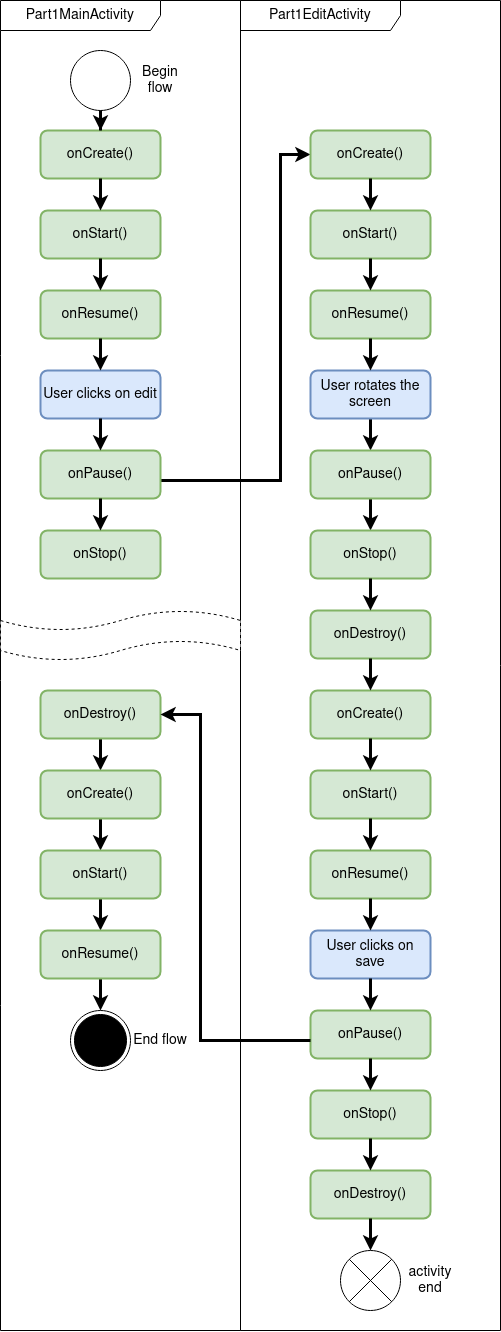
Earlier version of the draw.io export figures/diagram2_part1.png (DrC0okie/HEIG_DAA_Labo2). Source tidied: cells renumbered, new cells last; positions are measured from the earlier drawing's top-left corner, leaving out a move shared by most shapes. The source it was exported from:
```xml
<mxGraphModel>
  <root>
    <mxCell id="0" />
    <mxCell id="1" parent="0" />
    <mxCell id="2" style="edgeStyle=orthogonalEdgeStyle;rounded=0;jettySize=auto;html=1;fontSize=14;strokeWidth=3;entryX=0;entryY=0.5;entryDx=0;entryDy=0;" parent="1" edge="1" source="57" target="10">
      <mxGeometry relative="1" as="geometry">
        <Array as="points">
          <mxPoint x="280" y="480" />
          <mxPoint x="280" y="154" />
        </Array>
      </mxGeometry>
    </mxCell>
    <mxCell id="3" value="Part1EditActivity" style="shape=umlFrame;whiteSpace=wrap;html=1;width=160;fontSize=14;" parent="1" vertex="1">
      <mxGeometry x="240" width="260" height="1330" as="geometry" />
    </mxCell>
    <mxCell id="4" style="edgeStyle=orthogonalEdgeStyle;rounded=0;jettySize=auto;html=1;strokeWidth=3;" parent="3" edge="1" source="5" target="7">
      <mxGeometry relative="1" as="geometry" />
    </mxCell>
    <mxCell id="5" value="User rotates the screen" style="rounded=1;whiteSpace=wrap;html=1;absoluteArcSize=1;arcSize=14;strokeWidth=2;fillColor=#dae8fc;strokeColor=#6c8ebf;fontSize=14;" parent="3" vertex="1">
      <mxGeometry x="70" y="370" width="120" height="48" as="geometry" />
    </mxCell>
    <mxCell id="6" style="edgeStyle=orthogonalEdgeStyle;rounded=0;jettySize=auto;html=1;fontSize=11;strokeWidth=3;" parent="3" edge="1" source="7" target="8">
      <mxGeometry relative="1" as="geometry" />
    </mxCell>
    <mxCell id="7" value="onPause()" style="rounded=1;whiteSpace=wrap;html=1;absoluteArcSize=1;arcSize=14;strokeWidth=2;fillColor=#d5e8d4;strokeColor=#82b366;fontSize=14;" parent="3" vertex="1">
      <mxGeometry x="70" y="450" width="120" height="48" as="geometry" />
    </mxCell>
    <mxCell id="8" value="onStop()" style="rounded=1;whiteSpace=wrap;html=1;absoluteArcSize=1;arcSize=14;strokeWidth=2;fillColor=#d5e8d4;strokeColor=#82b366;fontSize=14;" parent="3" vertex="1">
      <mxGeometry x="70" y="530" width="120" height="48" as="geometry" />
    </mxCell>
    <mxCell id="9" value="User clicks on save" style="rounded=1;whiteSpace=wrap;html=1;absoluteArcSize=1;arcSize=14;strokeWidth=2;fillColor=#dae8fc;strokeColor=#6c8ebf;fontSize=14;" parent="3" vertex="1">
      <mxGeometry x="70" y="930" width="120" height="48" as="geometry" />
    </mxCell>
    <mxCell id="10" value="onCreate()" style="rounded=1;whiteSpace=wrap;html=1;absoluteArcSize=1;arcSize=14;strokeWidth=2;fillColor=#d5e8d4;strokeColor=#82b366;fontSize=14;" parent="3" vertex="1">
      <mxGeometry x="70" y="130" width="120" height="48" as="geometry" />
    </mxCell>
    <mxCell id="11" value="onStart()" style="rounded=1;whiteSpace=wrap;html=1;absoluteArcSize=1;arcSize=14;strokeWidth=2;fillColor=#d5e8d4;strokeColor=#82b366;fontSize=14;" parent="3" vertex="1">
      <mxGeometry x="70" y="210" width="120" height="48" as="geometry" />
    </mxCell>
    <mxCell id="12" style="edgeStyle=orthogonalEdgeStyle;rounded=0;jettySize=auto;html=1;entryX=0.5;entryY=0;entryDx=0;entryDy=0;fontSize=14;strokeWidth=3;" parent="3" edge="1" source="10" target="11">
      <mxGeometry relative="1" as="geometry" />
    </mxCell>
    <mxCell id="13" value="onResume()" style="rounded=1;whiteSpace=wrap;html=1;absoluteArcSize=1;arcSize=14;strokeWidth=2;fillColor=#d5e8d4;strokeColor=#82b366;fontSize=14;" parent="3" vertex="1">
      <mxGeometry x="70" y="290" width="120" height="48" as="geometry" />
    </mxCell>
    <mxCell id="14" style="edgeStyle=orthogonalEdgeStyle;rounded=0;jettySize=auto;html=1;entryX=0.5;entryY=0;entryDx=0;entryDy=0;fontSize=14;strokeWidth=3;" parent="3" edge="1" source="11" target="13">
      <mxGeometry relative="1" as="geometry" />
    </mxCell>
    <mxCell id="15" style="edgeStyle=orthogonalEdgeStyle;rounded=0;jettySize=auto;html=1;entryX=0.5;entryY=0;entryDx=0;entryDy=0;fontSize=14;strokeWidth=3;" parent="3" edge="1" source="13" target="5">
      <mxGeometry relative="1" as="geometry" />
    </mxCell>
    <mxCell id="16" value="onDestroy()" style="rounded=1;whiteSpace=wrap;html=1;absoluteArcSize=1;arcSize=14;strokeWidth=2;fillColor=#d5e8d4;strokeColor=#82b366;fontSize=14;" parent="3" vertex="1">
      <mxGeometry x="70" y="610" width="120" height="48" as="geometry" />
    </mxCell>
    <mxCell id="17" style="edgeStyle=orthogonalEdgeStyle;rounded=0;jettySize=auto;html=1;fontSize=11;strokeWidth=3;" parent="3" edge="1" source="8" target="16">
      <mxGeometry relative="1" as="geometry" />
    </mxCell>
    <mxCell id="18" value="onCreate()" style="rounded=1;whiteSpace=wrap;html=1;absoluteArcSize=1;arcSize=14;strokeWidth=2;fillColor=#d5e8d4;strokeColor=#82b366;fontSize=14;" parent="3" vertex="1">
      <mxGeometry x="70" y="690" width="120" height="48" as="geometry" />
    </mxCell>
    <mxCell id="19" style="edgeStyle=orthogonalEdgeStyle;rounded=0;jettySize=auto;html=1;fontSize=11;strokeWidth=3;" parent="3" edge="1" source="16" target="18">
      <mxGeometry relative="1" as="geometry" />
    </mxCell>
    <mxCell id="20" value="onStart()" style="rounded=1;whiteSpace=wrap;html=1;absoluteArcSize=1;arcSize=14;strokeWidth=2;fillColor=#d5e8d4;strokeColor=#82b366;fontSize=14;" parent="3" vertex="1">
      <mxGeometry x="70" y="770" width="120" height="48" as="geometry" />
    </mxCell>
    <mxCell id="21" style="edgeStyle=orthogonalEdgeStyle;rounded=0;jettySize=auto;html=1;entryX=0.5;entryY=0;entryDx=0;entryDy=0;fontSize=14;strokeWidth=3;" parent="3" edge="1" source="18" target="20">
      <mxGeometry relative="1" as="geometry" />
    </mxCell>
    <mxCell id="22" value="onResume()" style="rounded=1;whiteSpace=wrap;html=1;absoluteArcSize=1;arcSize=14;strokeWidth=2;fillColor=#d5e8d4;strokeColor=#82b366;fontSize=14;" parent="3" vertex="1">
      <mxGeometry x="70" y="850" width="120" height="48" as="geometry" />
    </mxCell>
    <mxCell id="23" style="edgeStyle=orthogonalEdgeStyle;rounded=0;jettySize=auto;html=1;entryX=0.5;entryY=0;entryDx=0;entryDy=0;fontSize=14;strokeWidth=3;" parent="3" edge="1" source="20" target="22">
      <mxGeometry relative="1" as="geometry" />
    </mxCell>
    <mxCell id="24" style="edgeStyle=orthogonalEdgeStyle;rounded=0;jettySize=auto;html=1;strokeWidth=3;" parent="3" edge="1" source="22" target="9">
      <mxGeometry relative="1" as="geometry" />
    </mxCell>
    <mxCell id="25" value="onStop()" style="rounded=1;whiteSpace=wrap;html=1;absoluteArcSize=1;arcSize=14;strokeWidth=2;fillColor=#d5e8d4;strokeColor=#82b366;fontSize=14;" parent="3" vertex="1">
      <mxGeometry x="70" y="1090" width="120" height="48" as="geometry" />
    </mxCell>
    <mxCell id="26" value="onDestroy()" style="rounded=1;whiteSpace=wrap;html=1;absoluteArcSize=1;arcSize=14;strokeWidth=2;fillColor=#d5e8d4;strokeColor=#82b366;fontSize=14;" parent="3" vertex="1">
      <mxGeometry x="70" y="1170" width="120" height="48" as="geometry" />
    </mxCell>
    <mxCell id="27" style="edgeStyle=orthogonalEdgeStyle;rounded=0;jettySize=auto;html=1;entryX=0.5;entryY=0;entryDx=0;entryDy=0;fontSize=14;strokeWidth=3;" parent="3" edge="1" source="25" target="26">
      <mxGeometry relative="1" as="geometry" />
    </mxCell>
    <mxCell id="28" style="shape=sumEllipse;perimeter=ellipsePerimeter;html=1;backgroundOutline=1;fontSize=14;" parent="3" vertex="1">
      <mxGeometry x="100" y="1250" width="60" height="60" as="geometry" />
    </mxCell>
    <mxCell id="29" style="edgeStyle=orthogonalEdgeStyle;rounded=0;jettySize=auto;html=1;entryX=0.5;entryY=0;entryDx=0;entryDy=0;fontSize=14;strokeWidth=3;" parent="3" edge="1" source="26" target="28">
      <mxGeometry relative="1" as="geometry" />
    </mxCell>
    <mxCell id="30" value="activity end" style="text;strokeColor=none;align=center;fillColor=none;html=1;verticalAlign=middle;whiteSpace=wrap;rounded=0;fontSize=14;" parent="3" vertex="1">
      <mxGeometry x="160" y="1265" width="60" height="30" as="geometry" />
    </mxCell>
    <mxCell id="31" value="onPause()" style="rounded=1;whiteSpace=wrap;html=1;absoluteArcSize=1;arcSize=14;strokeWidth=2;fillColor=#d5e8d4;strokeColor=#82b366;fontSize=14;" parent="3" vertex="1">
      <mxGeometry x="70" y="1010" width="120" height="48" as="geometry" />
    </mxCell>
    <mxCell id="32" style="edgeStyle=orthogonalEdgeStyle;rounded=0;jettySize=auto;html=1;strokeWidth=3;" parent="3" edge="1" source="31" target="25">
      <mxGeometry relative="1" as="geometry" />
    </mxCell>
    <mxCell id="33" style="edgeStyle=orthogonalEdgeStyle;rounded=0;jettySize=auto;html=1;strokeWidth=3;" parent="3" edge="1" source="9" target="31">
      <mxGeometry relative="1" as="geometry" />
    </mxCell>
    <mxCell id="34" value="Part1MainActivity" style="shape=umlFrame;whiteSpace=wrap;html=1;width=160;fontSize=14;" parent="1" vertex="1">
      <mxGeometry width="240" height="1330" as="geometry" />
    </mxCell>
    <mxCell id="35" style="ellipse;fontSize=14;" parent="34" vertex="1">
      <mxGeometry x="70" y="50" width="60" height="60" as="geometry" />
    </mxCell>
    <mxCell id="36" value="Begin flow" style="text;strokeColor=none;align=center;fillColor=none;html=1;verticalAlign=middle;whiteSpace=wrap;rounded=0;fontSize=14;" parent="34" vertex="1">
      <mxGeometry x="130" y="65" width="60" height="30" as="geometry" />
    </mxCell>
    <mxCell id="37" value="onStop()" style="rounded=1;whiteSpace=wrap;html=1;absoluteArcSize=1;arcSize=14;strokeWidth=2;fillColor=#d5e8d4;strokeColor=#82b366;fontSize=14;" parent="34" vertex="1">
      <mxGeometry x="40" y="530" width="120" height="48" as="geometry" />
    </mxCell>
    <mxCell id="38" style="edgeStyle=orthogonalEdgeStyle;rounded=0;jettySize=auto;html=1;fontSize=11;strokeWidth=3;" parent="34" edge="1" source="39" target="41">
      <mxGeometry relative="1" as="geometry" />
    </mxCell>
    <mxCell id="39" value="onDestroy()" style="rounded=1;whiteSpace=wrap;html=1;absoluteArcSize=1;arcSize=14;strokeWidth=2;fillColor=#d5e8d4;strokeColor=#82b366;fontSize=14;" parent="34" vertex="1">
      <mxGeometry x="40" y="690" width="120" height="48" as="geometry" />
    </mxCell>
    <mxCell id="40" style="edgeStyle=orthogonalEdgeStyle;rounded=0;jettySize=auto;html=1;entryX=0.5;entryY=0;entryDx=0;entryDy=0;fontSize=14;strokeWidth=3;" parent="34" edge="1" source="41" target="43">
      <mxGeometry relative="1" as="geometry" />
    </mxCell>
    <mxCell id="41" value="onCreate()" style="rounded=1;whiteSpace=wrap;html=1;absoluteArcSize=1;arcSize=14;strokeWidth=2;fillColor=#d5e8d4;strokeColor=#82b366;fontSize=14;" parent="34" vertex="1">
      <mxGeometry x="40" y="770" width="120" height="48" as="geometry" />
    </mxCell>
    <mxCell id="42" style="edgeStyle=orthogonalEdgeStyle;rounded=0;jettySize=auto;html=1;entryX=0.5;entryY=0;entryDx=0;entryDy=0;fontSize=14;strokeWidth=3;" parent="34" edge="1" source="43" target="45">
      <mxGeometry relative="1" as="geometry" />
    </mxCell>
    <mxCell id="43" value="onStart()" style="rounded=1;whiteSpace=wrap;html=1;absoluteArcSize=1;arcSize=14;strokeWidth=2;fillColor=#d5e8d4;strokeColor=#82b366;fontSize=14;" parent="34" vertex="1">
      <mxGeometry x="40" y="850" width="120" height="48" as="geometry" />
    </mxCell>
    <mxCell id="44" style="edgeStyle=orthogonalEdgeStyle;rounded=0;jettySize=auto;html=1;entryX=0.5;entryY=0;entryDx=0;entryDy=0;strokeWidth=3;" parent="34" edge="1" source="45" target="46">
      <mxGeometry relative="1" as="geometry" />
    </mxCell>
    <mxCell id="45" value="onResume()" style="rounded=1;whiteSpace=wrap;html=1;absoluteArcSize=1;arcSize=14;strokeWidth=2;fillColor=#d5e8d4;strokeColor=#82b366;fontSize=14;" parent="34" vertex="1">
      <mxGeometry x="40" y="930" width="120" height="48" as="geometry" />
    </mxCell>
    <mxCell id="46" style="ellipse;html=1;shape=endState;fillColor=strokeColor;fontSize=14;" parent="34" vertex="1">
      <mxGeometry x="70" y="1010" width="60" height="60" as="geometry" />
    </mxCell>
    <mxCell id="47" value="End flow" style="text;strokeColor=none;align=center;fillColor=none;html=1;verticalAlign=middle;whiteSpace=wrap;rounded=0;fontSize=14;" parent="34" vertex="1">
      <mxGeometry x="130" y="1025" width="60" height="30" as="geometry" />
    </mxCell>
    <mxCell id="48" style="shape=tape;whiteSpace=wrap;html=1;dashed=1;" parent="34" vertex="1">
      <mxGeometry y="610" width="240" height="50" as="geometry" />
    </mxCell>
    <mxCell id="49" value="onCreate()" style="rounded=1;whiteSpace=wrap;html=1;absoluteArcSize=1;arcSize=14;strokeWidth=2;fillColor=#d5e8d4;strokeColor=#82b366;fontSize=14;" parent="34" vertex="1">
      <mxGeometry x="40" y="130" width="120" height="48" as="geometry" />
    </mxCell>
    <mxCell id="50" style="edgeStyle=orthogonalEdgeStyle;rounded=0;jettySize=auto;html=1;fontSize=14;strokeWidth=3;" parent="34" edge="1" source="35" target="49">
      <mxGeometry relative="1" as="geometry" />
    </mxCell>
    <mxCell id="51" value="onStart()" style="rounded=1;whiteSpace=wrap;html=1;absoluteArcSize=1;arcSize=14;strokeWidth=2;fillColor=#d5e8d4;strokeColor=#82b366;fontSize=14;" parent="34" vertex="1">
      <mxGeometry x="40" y="210" width="120" height="48" as="geometry" />
    </mxCell>
    <mxCell id="52" style="edgeStyle=orthogonalEdgeStyle;rounded=0;jettySize=auto;html=1;entryX=0.5;entryY=0;entryDx=0;entryDy=0;fontSize=14;strokeWidth=3;" parent="34" edge="1" source="49" target="51">
      <mxGeometry relative="1" as="geometry" />
    </mxCell>
    <mxCell id="53" value="onResume()" style="rounded=1;whiteSpace=wrap;html=1;absoluteArcSize=1;arcSize=14;strokeWidth=2;fillColor=#d5e8d4;strokeColor=#82b366;fontSize=14;" parent="34" vertex="1">
      <mxGeometry x="40" y="290" width="120" height="48" as="geometry" />
    </mxCell>
    <mxCell id="54" style="edgeStyle=orthogonalEdgeStyle;rounded=0;jettySize=auto;html=1;entryX=0.5;entryY=0;entryDx=0;entryDy=0;fontSize=14;strokeWidth=3;" parent="34" edge="1" source="51" target="53">
      <mxGeometry relative="1" as="geometry" />
    </mxCell>
    <mxCell id="55" value="User clicks on edit" style="rounded=1;whiteSpace=wrap;html=1;absoluteArcSize=1;arcSize=14;strokeWidth=2;fillColor=#dae8fc;strokeColor=#6c8ebf;fontSize=14;" parent="34" vertex="1">
      <mxGeometry x="40" y="370" width="120" height="48" as="geometry" />
    </mxCell>
    <mxCell id="56" style="edgeStyle=orthogonalEdgeStyle;rounded=0;jettySize=auto;html=1;entryX=0.5;entryY=0;entryDx=0;entryDy=0;fontSize=14;strokeWidth=3;" parent="34" edge="1" source="53" target="55">
      <mxGeometry relative="1" as="geometry" />
    </mxCell>
    <mxCell id="57" value="onPause()" style="rounded=1;whiteSpace=wrap;html=1;absoluteArcSize=1;arcSize=14;strokeWidth=2;fillColor=#d5e8d4;strokeColor=#82b366;fontSize=14;" parent="34" vertex="1">
      <mxGeometry x="40" y="450" width="120" height="48" as="geometry" />
    </mxCell>
    <mxCell id="58" style="edgeStyle=orthogonalEdgeStyle;rounded=0;jettySize=auto;html=1;entryX=0.5;entryY=0;entryDx=0;entryDy=0;fontSize=14;strokeWidth=3;" parent="34" edge="1" source="55" target="57">
      <mxGeometry relative="1" as="geometry" />
    </mxCell>
    <mxCell id="59" style="edgeStyle=orthogonalEdgeStyle;rounded=0;jettySize=auto;html=1;strokeWidth=3;" parent="34" edge="1" source="57" target="37">
      <mxGeometry relative="1" as="geometry" />
    </mxCell>
    <mxCell id="60" style="edgeStyle=orthogonalEdgeStyle;rounded=0;jettySize=auto;html=1;entryX=1;entryY=0.5;entryDx=0;entryDy=0;strokeWidth=3;" parent="1" edge="1" source="31" target="39">
      <mxGeometry relative="1" as="geometry">
        <Array as="points">
          <mxPoint x="200" y="1040" />
          <mxPoint x="200" y="714" />
        </Array>
      </mxGeometry>
    </mxCell>
  </root>
</mxGraphModel>
```
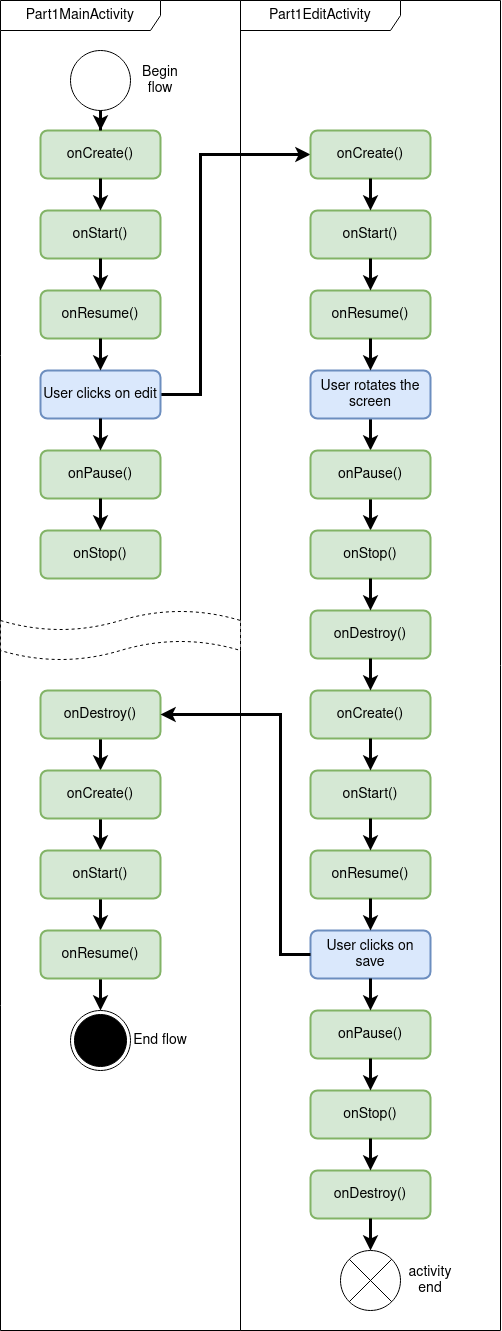
After the change.

Commit message:
Updated diagrams part1

What changed in the source:
```diff
@@ -2,11 +2,11 @@
   <root>
     <mxCell id="0" />
     <mxCell id="1" parent="0" />
-    <mxCell id="2" style="edgeStyle=orthogonalEdgeStyle;rounded=0;jettySize=auto;html=1;fontSize=14;strokeWidth=3;entryX=0;entryY=0.5;entryDx=0;entryDy=0;" parent="1" edge="1" source="57" target="10">
+    <mxCell id="2" style="edgeStyle=orthogonalEdgeStyle;rounded=0;jettySize=auto;html=1;fontSize=14;strokeWidth=3;entryX=0;entryY=0.5;entryDx=0;entryDy=0;exitX=1;exitY=0.5;exitDx=0;exitDy=0;" parent="1" edge="1" source="55" target="10">
       <mxGeometry relative="1" as="geometry">
         <Array as="points">
-          <mxPoint x="280" y="480" />
-          <mxPoint x="280" y="154" />
+          <mxPoint x="200" y="394" />
+          <mxPoint x="200" y="154" />
         </Array>
       </mxGeometry>
     </mxCell>
@@ -181,11 +181,11 @@
     <mxCell id="59" style="edgeStyle=orthogonalEdgeStyle;rounded=0;jettySize=auto;html=1;strokeWidth=3;" parent="34" edge="1" source="57" target="37">
       <mxGeometry relative="1" as="geometry" />
     </mxCell>
-    <mxCell id="60" style="edgeStyle=orthogonalEdgeStyle;rounded=0;jettySize=auto;html=1;entryX=1;entryY=0.5;entryDx=0;entryDy=0;strokeWidth=3;" parent="1" edge="1" source="31" target="39">
+    <mxCell id="60" style="edgeStyle=orthogonalEdgeStyle;rounded=0;jettySize=auto;html=1;entryX=1;entryY=0.5;entryDx=0;entryDy=0;strokeWidth=3;exitX=0;exitY=0.5;exitDx=0;exitDy=0;" parent="1" edge="1" source="9" target="39">
       <mxGeometry relative="1" as="geometry">
         <Array as="points">
-          <mxPoint x="200" y="1040" />
-          <mxPoint x="200" y="714" />
+          <mxPoint x="280" y="954" />
+          <mxPoint x="280" y="714" />
         </Array>
       </mxGeometry>
     </mxCell>
```
